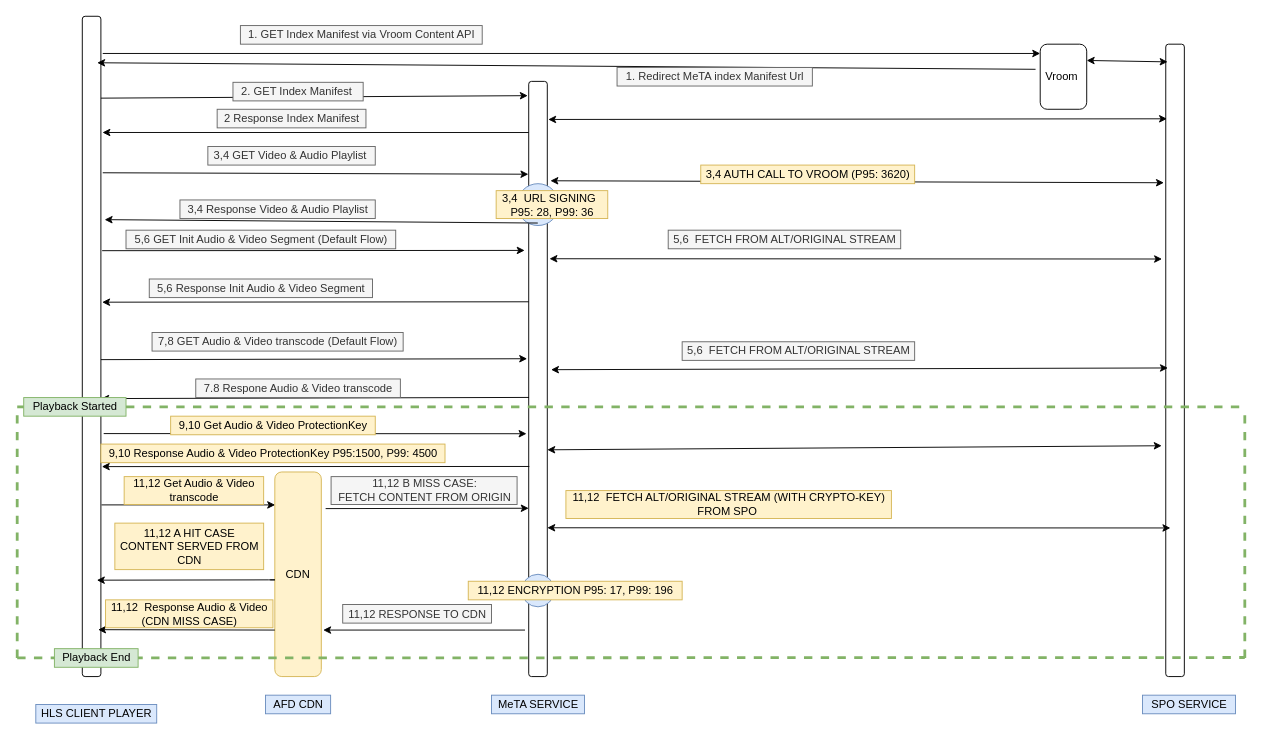
SUNYTYAGI/files keeps this draw.io diagram as HLSv6WithHybrid.drawio. Above is the earlier version. Source tidied: cells renumbered, new cells numbered last; positions are measured from the earlier drawing's top-left corner, leaving out a move shared by most shapes. Both pictures are drawn from the tidied source at 93%, with x=0, y=0 at pixel (17, 16).
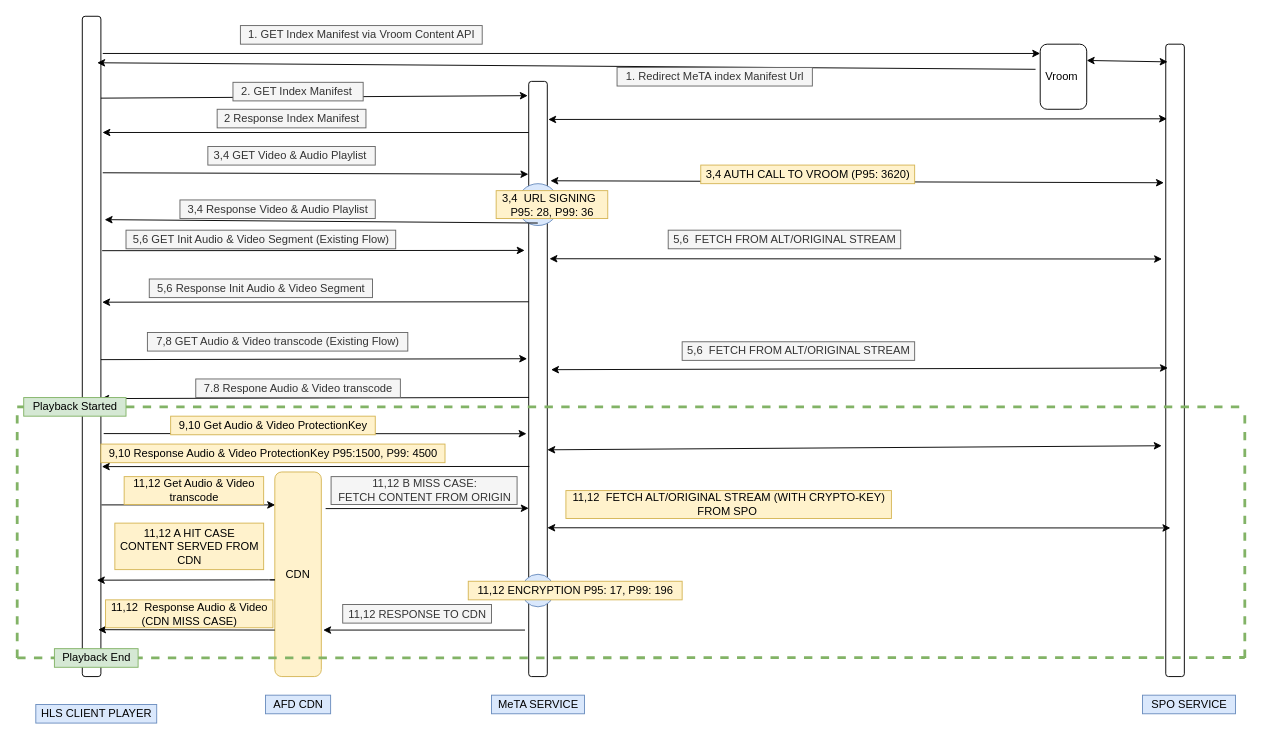
Above is the later version.

The edit, as a diff of the source:
```diff
@@
-    <mxCell id="20" value="5,6 GET Init Audio &amp;amp; Video Segment (Default Flow)" style="text;html=1;align=center;verticalAlign=middle;fillColor=#f5f5f5;strokeColor=#666666;fontColor=#333333;" parent="1" vertex="1">
+    <mxCell id="20" value="5,6 GET Init Audio &amp;amp; Video Segment (Existing Flow)" style="text;html=1;align=center;verticalAlign=middle;fillColor=#f5f5f5;strokeColor=#666666;fontColor=#333333;" parent="1" vertex="1">
       <mxGeometry x="117" y="230" width="290" height="20" as="geometry" />
     </mxCell>
@@
-    <mxCell id="24" value="7,8 GET Audio &amp;amp; Video transcode (Default Flow)" style="text;html=1;align=center;verticalAlign=middle;fillColor=#f5f5f5;strokeColor=#666666;fontColor=#333333;" parent="1" vertex="1">
-      <mxGeometry x="145" y="340" width="270" height="20" as="geometry" />
+    <mxCell id="24" value="7,8 GET Audio &amp;amp; Video transcode (Existing Flow)" style="text;html=1;align=center;verticalAlign=middle;fillColor=#f5f5f5;strokeColor=#666666;fontColor=#333333;" parent="1" vertex="1">
+      <mxGeometry x="140" y="340" width="280" height="20" as="geometry" />
     </mxCell>
```
